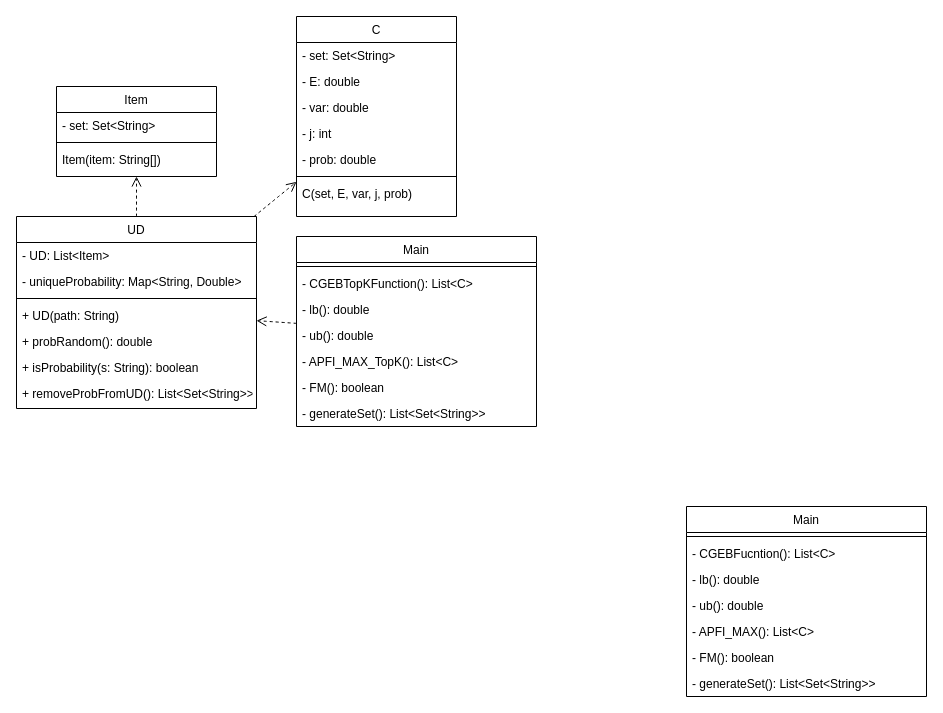
Before: page "Using java object" (1 of 2) of Figures.drawio in nguyenhuy158/mining-probabilistic-maximal-high-utility-frequent-itemsets, a draw.io diagram. Source tidied: cells renumbered, new cells numbered last; positions are measured from the earlier drawing's top-left corner, leaving out a move shared by most shapes. Both pictures are drawn from the tidied source at 100%, with x=0, y=0 at pixel (16, 16).
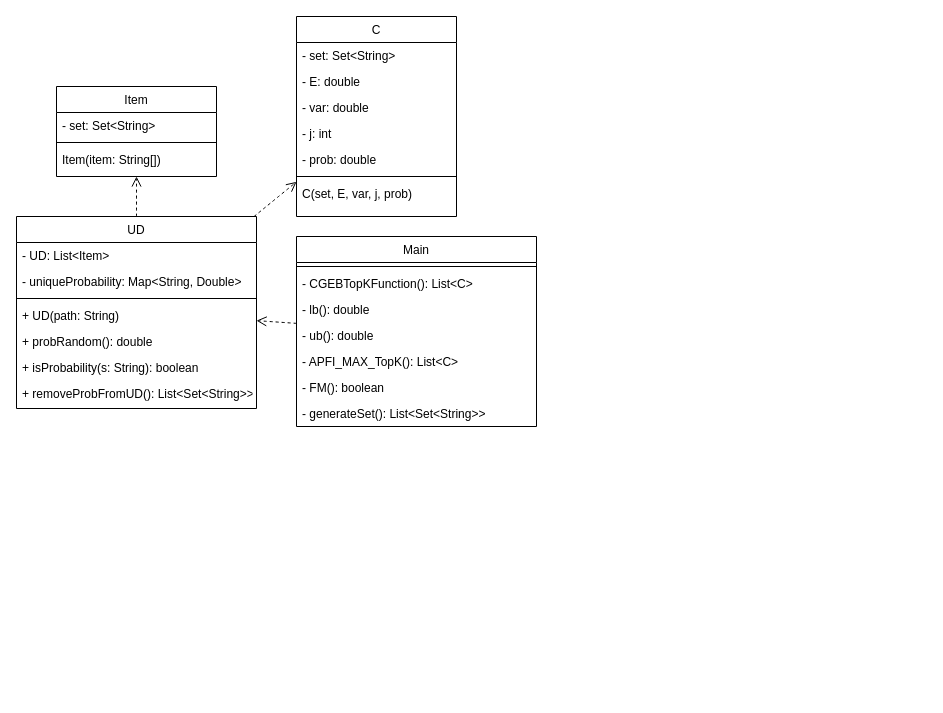
The same diagram, later.

The edit, as a diff of the source:
```diff
@@
-    <mxCell id="24" value="Main" style="swimlane;fontStyle=0;align=center;verticalAlign=top;horizontal=1;startSize=26;rounded=0;shadow=0;strokeWidth=1;" parent="1" vertex="1">
-      <mxGeometry x="670" y="490" width="240" height="190" as="geometry" />
-    </mxCell>
-    <mxCell id="25" style="line;html=1;strokeWidth=1;align=left;verticalAlign=middle;spacingTop=-1;spacingLeft=3;spacingRight=3;labelPosition=right;fontStyle=0;" parent="24" vertex="1">
-      <mxGeometry y="26" width="240" height="8" as="geometry" />
-    </mxCell>
-    <mxCell id="26" value="- CGEBFucntion(): List&lt;C&gt;" style="text;align=left;verticalAlign=top;spacingLeft=4;spacingRight=4;overflow=hidden;fontStyle=0;" parent="24" vertex="1">
-      <mxGeometry y="34" width="240" height="26" as="geometry" />
-    </mxCell>
-    <mxCell id="27" value="- lb(): double" style="text;align=left;verticalAlign=top;spacingLeft=4;spacingRight=4;overflow=hidden;fontStyle=0;" parent="24" vertex="1">
-      <mxGeometry y="60" width="240" height="26" as="geometry" />
-    </mxCell>
-    <mxCell id="28" value="- ub(): double" style="text;align=left;verticalAlign=top;spacingLeft=4;spacingRight=4;overflow=hidden;fontStyle=0;" parent="24" vertex="1">
-      <mxGeometry y="86" width="240" height="26" as="geometry" />
-    </mxCell>
-    <mxCell id="29" value="- APFI_MAX(): List&lt;C&gt;" style="text;align=left;verticalAlign=top;spacingLeft=4;spacingRight=4;overflow=hidden;fontStyle=0;" parent="24" vertex="1">
-      <mxGeometry y="112" width="240" height="26" as="geometry" />
-    </mxCell>
-    <mxCell id="30" value="- FM(): boolean" style="text;align=left;verticalAlign=top;spacingLeft=4;spacingRight=4;overflow=hidden;fontStyle=0;" parent="24" vertex="1">
-      <mxGeometry y="138" width="240" height="26" as="geometry" />
-    </mxCell>
-    <mxCell id="31" value="- generateSet(): List&lt;Set&lt;String&gt;&gt;" style="text;align=left;verticalAlign=top;spacingLeft=4;spacingRight=4;overflow=hidden;fontStyle=0;" parent="24" vertex="1">
-      <mxGeometry y="164" width="240" height="26" as="geometry" />
-    </mxCell>
```
